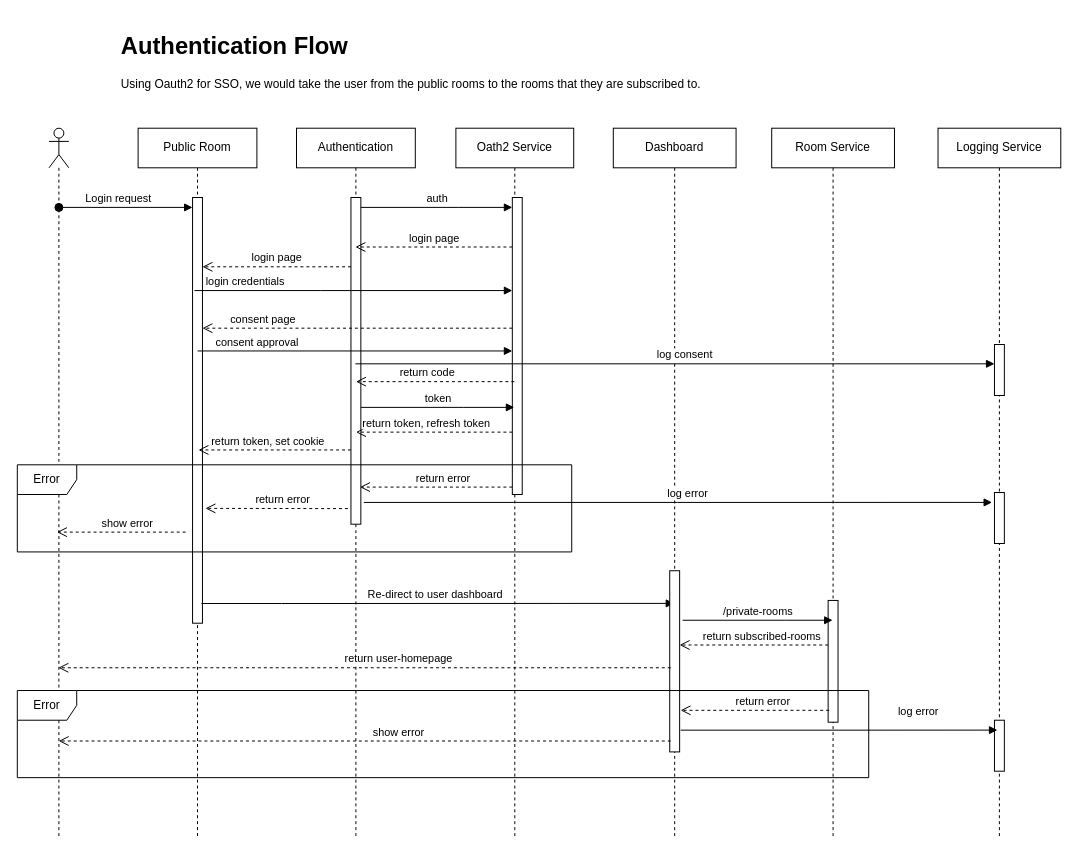
The draw.io diagram page "Authentication Flow | User" (1 of 5) of docs/assets/Sequence Diagram.drawio in akshayvijaynair/music-academy-docs, before the edit. Source tidied: cells renumbered, new cells numbered last; positions are measured from the earlier drawing's top-left corner, leaving out a move shared by most shapes. Both pictures are drawn from the tidied source at 99%, with x=0, y=0 at pixel (17, 27).
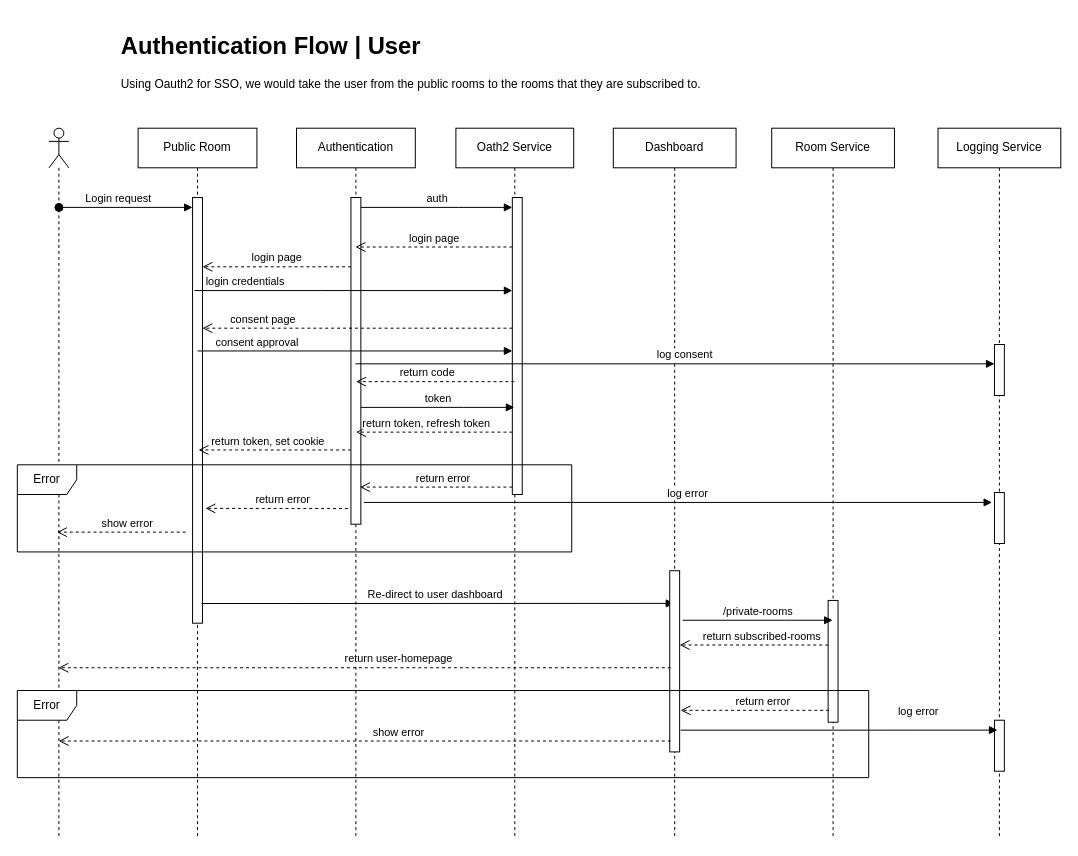
The same page after the edit.

Diff of the diagram source:
```diff
@@
-    <mxCell id="27" value="&lt;h1&gt;Authentication Flow&lt;br&gt;&lt;/h1&gt;&lt;div&gt;Using Oauth2 for SSO, we would take the user from the public rooms to the rooms that they are subscribed to.&lt;/div&gt;" style="text;html=1;strokeColor=none;fillColor=none;spacing=5;spacingTop=-20;whiteSpace=wrap;overflow=hidden;rounded=0;" parent="1" vertex="1">
+    <mxCell id="27" value="&lt;h1&gt;Authentication Flow | User&lt;br&gt;&lt;/h1&gt;&lt;div&gt;Using Oauth2 for SSO, we would take the user from the public rooms to the rooms that they are subscribed to.&lt;/div&gt;" style="text;html=1;strokeColor=none;fillColor=none;spacing=5;spacingTop=-20;whiteSpace=wrap;overflow=hidden;rounded=0;" parent="1" vertex="1">
       <mxGeometry x="100" width="720" height="80" as="geometry" />
     </mxCell>
```
